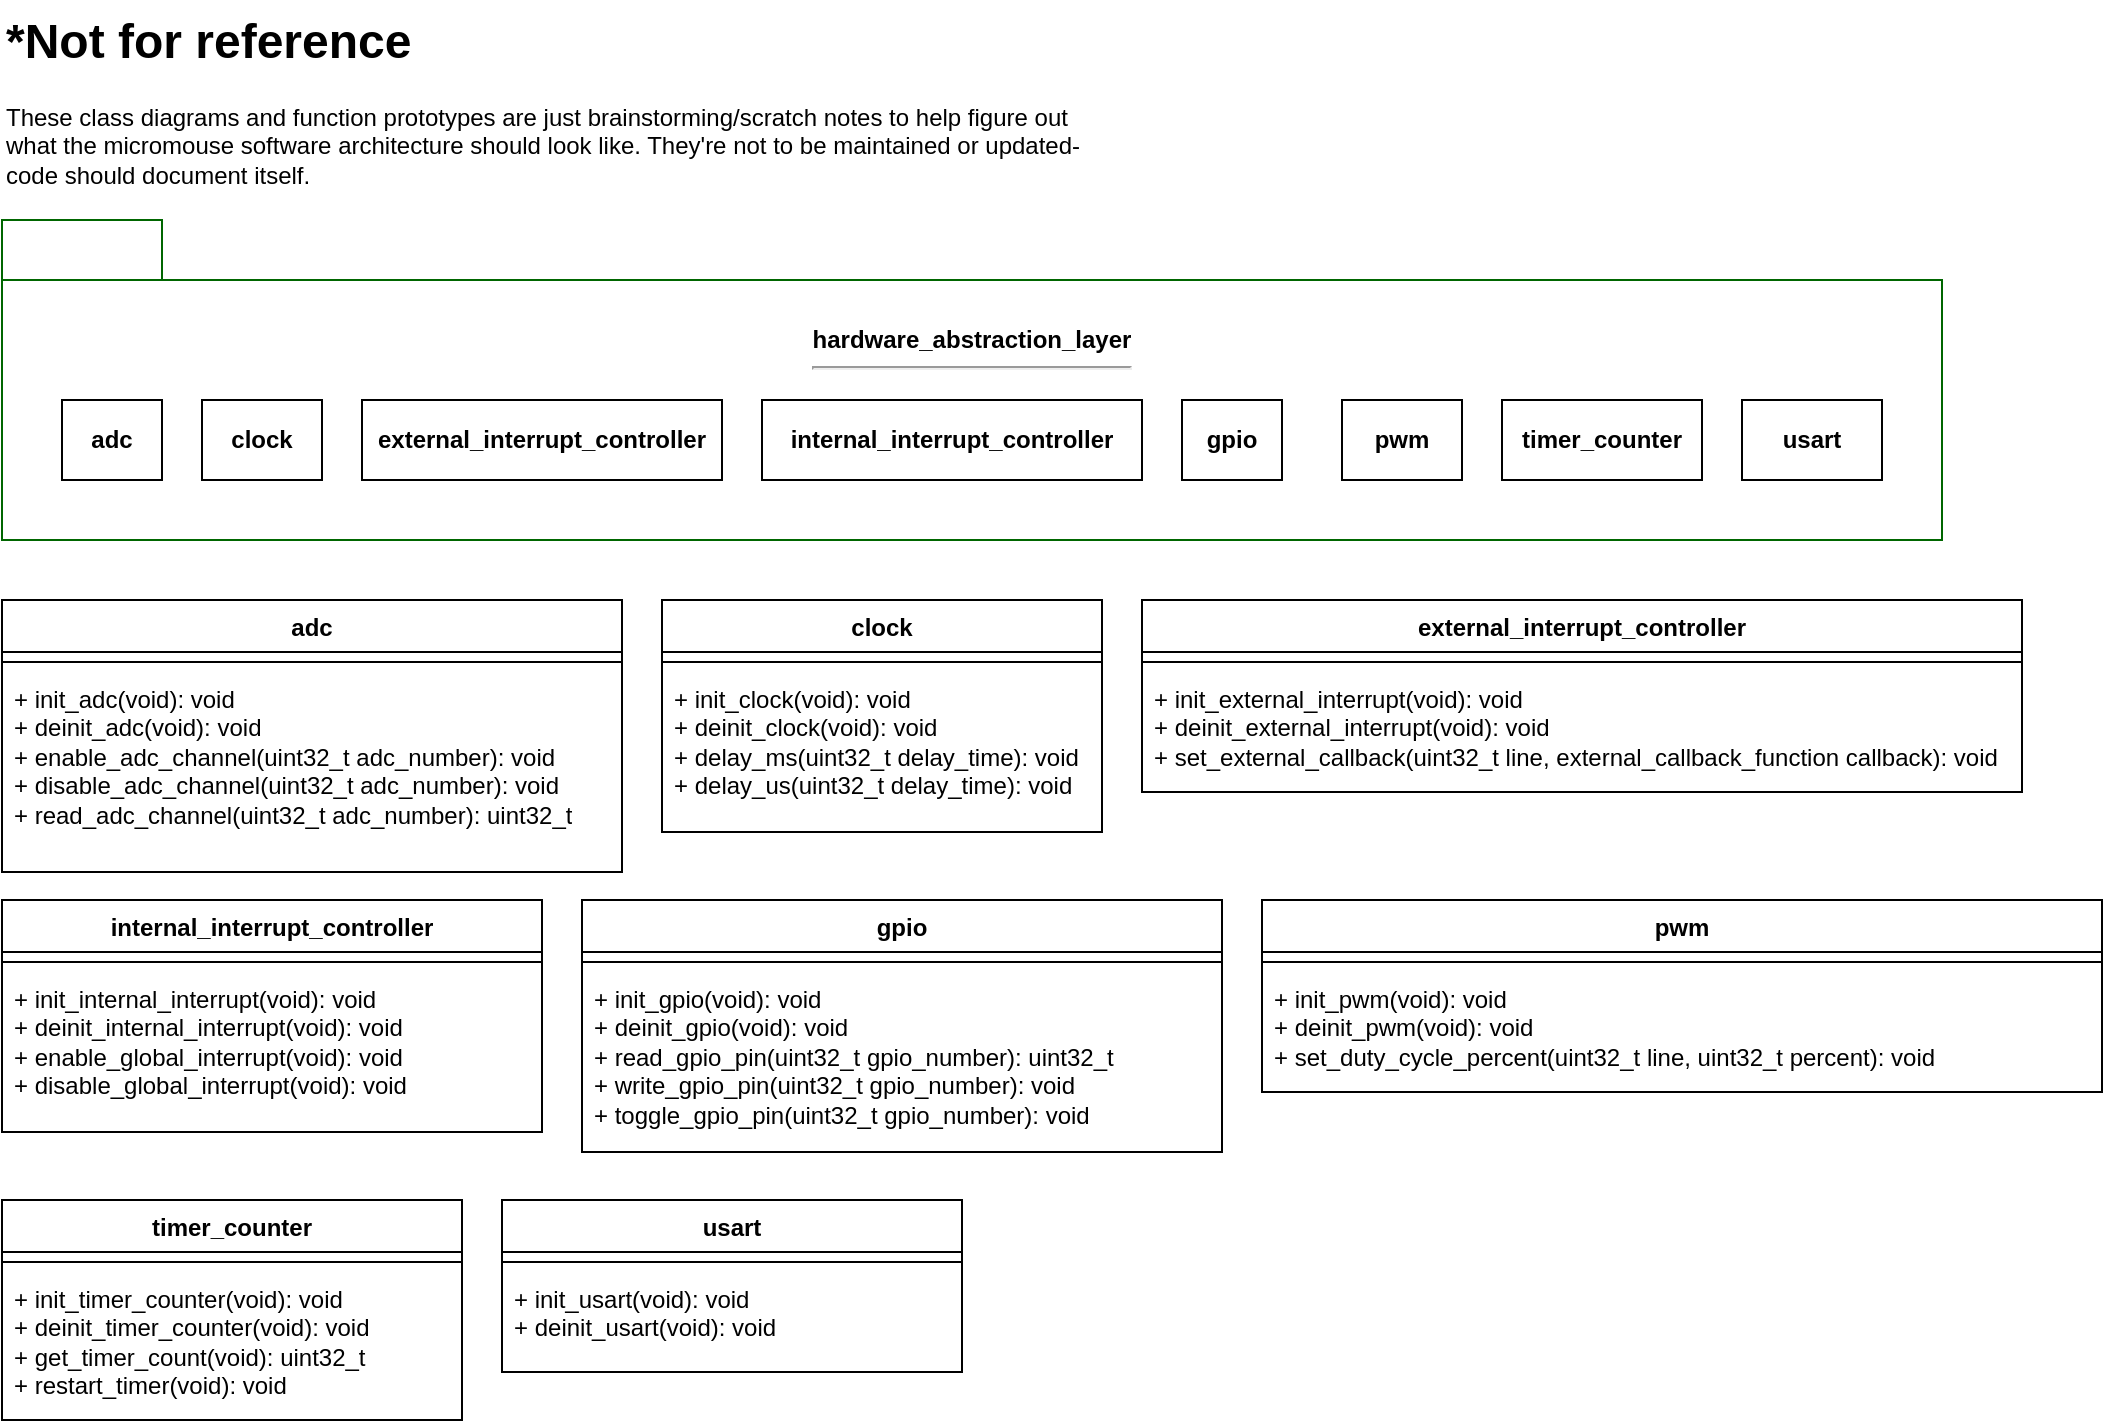
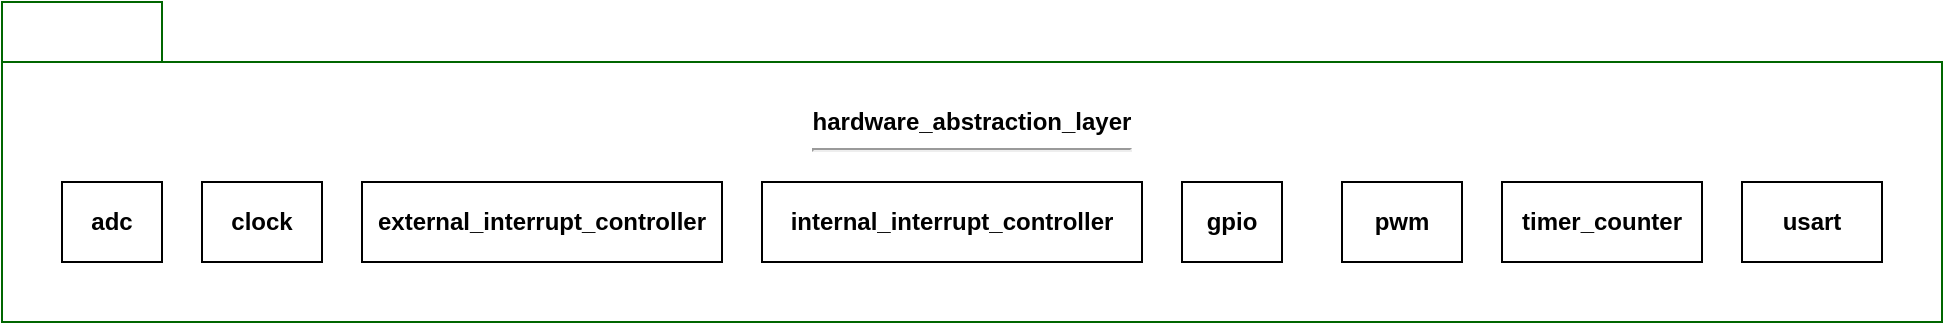
<mxfile host="Electron" agent="Mozilla/5.0 (Windows NT 10.0; Win64; x64) AppleWebKit/537.36 (KHTML, like Gecko) draw.io/29.3.0 Chrome/140.0.7339.249 Electron/38.7.2 Safari/537.36" version="29.3.0">
  <diagram name="Page-1" id="oKpc1l_Igcs4GMacKgKO">
-     <mxGraphModel dx="1042" dy="1726" grid="1" gridSize="10" guides="1" tooltips="1" connect="1" arrows="1" fold="1" page="1" pageScale="1" pageWidth="850" pageHeight="1100" math="0" shadow="0">
+     <mxGraphModel dx="1042" dy="626" grid="1" gridSize="10" guides="1" tooltips="1" connect="1" arrows="1" fold="1" page="1" pageScale="1" pageWidth="850" pageHeight="1100" math="0" shadow="0">
      <root>
        <mxCell id="0" />
        <mxCell id="1" parent="0" />
        <mxCell id="VA4gKk7P2Ic-5W_0SB8y-11" parent="1" style="shape=folder;fontStyle=1;tabWidth=80;tabHeight=30;tabPosition=left;html=1;boundedLbl=1;whiteSpace=wrap;strokeColor=#006600;" value="&lt;div&gt;hardware_abstraction_layer&lt;/div&gt;&lt;div&gt;&lt;hr&gt;&lt;br&gt;&lt;/div&gt;&lt;div&gt;&lt;br&gt;&lt;/div&gt;&lt;div&gt;&lt;br&gt;&lt;/div&gt;&lt;div&gt;&lt;br&gt;&lt;/div&gt;" vertex="1">
          <mxGeometry height="160" width="970" x="80" y="80" as="geometry" />
        </mxCell>
        <mxCell id="VA4gKk7P2Ic-5W_0SB8y-12" parent="1" style="rounded=0;whiteSpace=wrap;html=1;" value="&lt;b&gt;adc&lt;/b&gt;" vertex="1">
          <mxGeometry height="40" width="50" x="110" y="170" as="geometry" />
        </mxCell>
        <mxCell id="VA4gKk7P2Ic-5W_0SB8y-13" parent="1" style="rounded=0;whiteSpace=wrap;html=1;" value="&lt;b&gt;clock&lt;/b&gt;" vertex="1">
          <mxGeometry height="40" width="60" x="180" y="170" as="geometry" />
        </mxCell>
        <mxCell id="VA4gKk7P2Ic-5W_0SB8y-14" parent="1" style="rounded=0;whiteSpace=wrap;html=1;" value="&lt;b&gt;external_interrupt_controller&lt;/b&gt;" vertex="1">
          <mxGeometry height="40" width="180" x="260" y="170" as="geometry" />
        </mxCell>
        <mxCell id="VA4gKk7P2Ic-5W_0SB8y-15" parent="1" style="rounded=0;whiteSpace=wrap;html=1;" value="&lt;b&gt;internal_interrupt_controller&lt;/b&gt;" vertex="1">
          <mxGeometry height="40" width="190" x="460" y="170" as="geometry" />
        </mxCell>
        <mxCell id="VA4gKk7P2Ic-5W_0SB8y-16" parent="1" style="rounded=0;whiteSpace=wrap;html=1;" value="&lt;b&gt;gpio&lt;/b&gt;" vertex="1">
          <mxGeometry height="40" width="50" x="670" y="170" as="geometry" />
        </mxCell>
        <mxCell id="VA4gKk7P2Ic-5W_0SB8y-17" parent="1" style="rounded=0;whiteSpace=wrap;html=1;" value="&lt;b&gt;pwm&lt;/b&gt;" vertex="1">
          <mxGeometry height="40" width="60" x="750" y="170" as="geometry" />
        </mxCell>
        <mxCell id="VA4gKk7P2Ic-5W_0SB8y-18" parent="1" style="rounded=0;whiteSpace=wrap;html=1;" value="&lt;b&gt;usart&lt;/b&gt;" vertex="1">
          <mxGeometry height="40" width="70" x="950" y="170" as="geometry" />
        </mxCell>
        <mxCell id="VA4gKk7P2Ic-5W_0SB8y-19" parent="1" style="rounded=0;whiteSpace=wrap;html=1;" value="&lt;b&gt;timer_counter&lt;/b&gt;" vertex="1">
          <mxGeometry height="40" width="100" x="830" y="170" as="geometry" />
        </mxCell>
        <mxCell id="VA4gKk7P2Ic-5W_0SB8y-20" edge="1" parent="1" source="VA4gKk7P2Ic-5W_0SB8y-13" style="edgeStyle=orthogonalEdgeStyle;rounded=0;orthogonalLoop=1;jettySize=auto;html=1;exitX=0.5;exitY=1;exitDx=0;exitDy=0;" target="VA4gKk7P2Ic-5W_0SB8y-13">
          <mxGeometry relative="1" as="geometry" />
        </mxCell>
-         <mxCell id="qFmJLVRTqTorrICbb9q3-8" parent="1" style="swimlane;fontStyle=1;align=center;verticalAlign=top;childLayout=stackLayout;horizontal=1;startSize=26;horizontalStack=0;resizeParent=1;resizeParentMax=0;resizeLast=0;collapsible=1;marginBottom=0;whiteSpace=wrap;html=1;" value="adc" vertex="1">
-           <mxGeometry height="136" width="310" x="80" y="270" as="geometry">
-             <mxRectangle height="30" width="60" x="80" y="270" as="alternateBounds" />
-           </mxGeometry>
-         </mxCell>
-         <mxCell id="qFmJLVRTqTorrICbb9q3-10" parent="qFmJLVRTqTorrICbb9q3-8" style="line;strokeWidth=1;fillColor=none;align=left;verticalAlign=middle;spacingTop=-1;spacingLeft=3;spacingRight=3;rotatable=0;labelPosition=right;points=[];portConstraint=eastwest;strokeColor=inherit;" value="" vertex="1">
-           <mxGeometry height="10" width="310" y="26" as="geometry" />
-         </mxCell>
-         <mxCell id="qFmJLVRTqTorrICbb9q3-11" parent="qFmJLVRTqTorrICbb9q3-8" style="text;strokeColor=none;fillColor=none;align=left;verticalAlign=top;spacingLeft=4;spacingRight=4;overflow=hidden;rotatable=0;points=[[0,0.5],[1,0.5]];portConstraint=eastwest;whiteSpace=wrap;html=1;" value="+ init_adc(void): void&lt;div&gt;+ deinit_adc(void): void&lt;br&gt;&lt;div&gt;+ enable_adc_channel(uint32_t adc_number): void&lt;/div&gt;&lt;div&gt;+ disable_adc_channel(uint32_t adc_number): void&lt;/div&gt;&lt;div&gt;+ read_adc_channel(uint32_t adc_number): uint32_t&lt;/div&gt;&lt;/div&gt;" vertex="1">
-           <mxGeometry height="100" width="310" y="36" as="geometry" />
-         </mxCell>
-         <mxCell id="qFmJLVRTqTorrICbb9q3-12" parent="1" style="swimlane;fontStyle=1;align=center;verticalAlign=top;childLayout=stackLayout;horizontal=1;startSize=26;horizontalStack=0;resizeParent=1;resizeParentMax=0;resizeLast=0;collapsible=1;marginBottom=0;whiteSpace=wrap;html=1;" value="clock" vertex="1">
-           <mxGeometry height="116" width="220" x="410" y="270" as="geometry" />
-         </mxCell>
-         <mxCell id="qFmJLVRTqTorrICbb9q3-13" parent="qFmJLVRTqTorrICbb9q3-12" style="line;strokeWidth=1;fillColor=none;align=left;verticalAlign=middle;spacingTop=-1;spacingLeft=3;spacingRight=3;rotatable=0;labelPosition=right;points=[];portConstraint=eastwest;strokeColor=inherit;" value="" vertex="1">
-           <mxGeometry height="10" width="220" y="26" as="geometry" />
-         </mxCell>
-         <mxCell id="qFmJLVRTqTorrICbb9q3-14" parent="qFmJLVRTqTorrICbb9q3-12" style="text;strokeColor=none;fillColor=none;align=left;verticalAlign=top;spacingLeft=4;spacingRight=4;overflow=hidden;rotatable=0;points=[[0,0.5],[1,0.5]];portConstraint=eastwest;whiteSpace=wrap;html=1;" value="+ init_clock(void): void&lt;div&gt;+ deinit_clock(void): void&lt;br&gt;&lt;div&gt;+ delay_ms(uint32_t delay_time): void&lt;/div&gt;&lt;/div&gt;&lt;div&gt;+ delay_us(uint32_t delay_time): void&lt;/div&gt;" vertex="1">
-           <mxGeometry height="80" width="220" y="36" as="geometry" />
-         </mxCell>
-         <mxCell id="qFmJLVRTqTorrICbb9q3-15" parent="1" style="swimlane;fontStyle=1;align=center;verticalAlign=top;childLayout=stackLayout;horizontal=1;startSize=26;horizontalStack=0;resizeParent=1;resizeParentMax=0;resizeLast=0;collapsible=1;marginBottom=0;whiteSpace=wrap;html=1;" value="external_interrupt_controller" vertex="1">
-           <mxGeometry height="96" width="440" x="650" y="270" as="geometry" />
-         </mxCell>
-         <mxCell id="qFmJLVRTqTorrICbb9q3-16" parent="qFmJLVRTqTorrICbb9q3-15" style="line;strokeWidth=1;fillColor=none;align=left;verticalAlign=middle;spacingTop=-1;spacingLeft=3;spacingRight=3;rotatable=0;labelPosition=right;points=[];portConstraint=eastwest;strokeColor=inherit;" value="" vertex="1">
-           <mxGeometry height="10" width="440" y="26" as="geometry" />
-         </mxCell>
-         <mxCell id="qFmJLVRTqTorrICbb9q3-17" parent="qFmJLVRTqTorrICbb9q3-15" style="text;strokeColor=none;fillColor=none;align=left;verticalAlign=top;spacingLeft=4;spacingRight=4;overflow=hidden;rotatable=0;points=[[0,0.5],[1,0.5]];portConstraint=eastwest;whiteSpace=wrap;html=1;" value="+ init_external_interrupt(void): void&lt;div&gt;+ deinit_external_interrupt(void): void&lt;/div&gt;&lt;div&gt;+ set_external_callback(&lt;span style=&quot;background-color: transparent;&quot;&gt;uint32_t line,&amp;nbsp;&lt;/span&gt;&lt;span style=&quot;background-color: transparent; color: light-dark(rgb(0, 0, 0), rgb(255, 255, 255));&quot;&gt;external_callback_function callback&lt;/span&gt;&lt;span style=&quot;background-color: transparent; color: light-dark(rgb(0, 0, 0), rgb(255, 255, 255));&quot;&gt;): void&lt;/span&gt;&lt;/div&gt;" vertex="1">
-           <mxGeometry height="60" width="440" y="36" as="geometry" />
-         </mxCell>
-         <mxCell id="qFmJLVRTqTorrICbb9q3-18" parent="1" style="swimlane;fontStyle=1;align=center;verticalAlign=top;childLayout=stackLayout;horizontal=1;startSize=26;horizontalStack=0;resizeParent=1;resizeParentMax=0;resizeLast=0;collapsible=1;marginBottom=0;whiteSpace=wrap;html=1;" value="internal_interrupt_controller" vertex="1">
-           <mxGeometry height="116" width="270" x="80" y="420" as="geometry" />
-         </mxCell>
-         <mxCell id="qFmJLVRTqTorrICbb9q3-19" parent="qFmJLVRTqTorrICbb9q3-18" style="line;strokeWidth=1;fillColor=none;align=left;verticalAlign=middle;spacingTop=-1;spacingLeft=3;spacingRight=3;rotatable=0;labelPosition=right;points=[];portConstraint=eastwest;strokeColor=inherit;" value="" vertex="1">
-           <mxGeometry height="10" width="270" y="26" as="geometry" />
-         </mxCell>
-         <mxCell id="qFmJLVRTqTorrICbb9q3-20" parent="qFmJLVRTqTorrICbb9q3-18" style="text;strokeColor=none;fillColor=none;align=left;verticalAlign=top;spacingLeft=4;spacingRight=4;overflow=hidden;rotatable=0;points=[[0,0.5],[1,0.5]];portConstraint=eastwest;whiteSpace=wrap;html=1;" value="+ init_internal_interrupt(void): void&lt;div&gt;+ deinit_internal_interrupt(void): void&lt;br&gt;&lt;div&gt;+ enable_global_interrupt(void): void&lt;/div&gt;&lt;/div&gt;&lt;div&gt;+&amp;nbsp;&lt;span style=&quot;background-color: transparent; color: light-dark(rgb(0, 0, 0), rgb(255, 255, 255));&quot;&gt;disable_global_interrupt(void): void&lt;/span&gt;&lt;/div&gt;" vertex="1">
-           <mxGeometry height="80" width="270" y="36" as="geometry" />
-         </mxCell>
-         <mxCell id="qFmJLVRTqTorrICbb9q3-21" parent="1" style="swimlane;fontStyle=1;align=center;verticalAlign=top;childLayout=stackLayout;horizontal=1;startSize=26;horizontalStack=0;resizeParent=1;resizeParentMax=0;resizeLast=0;collapsible=1;marginBottom=0;whiteSpace=wrap;html=1;" value="gpio" vertex="1">
-           <mxGeometry height="126" width="320" x="370" y="420" as="geometry">
-             <mxRectangle height="30" width="60" x="370" y="420" as="alternateBounds" />
-           </mxGeometry>
-         </mxCell>
-         <mxCell id="qFmJLVRTqTorrICbb9q3-22" parent="qFmJLVRTqTorrICbb9q3-21" style="line;strokeWidth=1;fillColor=none;align=left;verticalAlign=middle;spacingTop=-1;spacingLeft=3;spacingRight=3;rotatable=0;labelPosition=right;points=[];portConstraint=eastwest;strokeColor=inherit;" value="" vertex="1">
-           <mxGeometry height="10" width="320" y="26" as="geometry" />
-         </mxCell>
-         <mxCell id="qFmJLVRTqTorrICbb9q3-23" parent="qFmJLVRTqTorrICbb9q3-21" style="text;strokeColor=none;fillColor=none;align=left;verticalAlign=top;spacingLeft=4;spacingRight=4;overflow=hidden;rotatable=0;points=[[0,0.5],[1,0.5]];portConstraint=eastwest;whiteSpace=wrap;html=1;" value="+ init_gpio(void): void&lt;div&gt;+ deinit_gpio(void): void&lt;br&gt;&lt;div&gt;+ read_gpio_pin(uint32_t gpio_number): uint32_t&lt;/div&gt;&lt;/div&gt;&lt;div&gt;+&amp;nbsp;&lt;span style=&quot;background-color: transparent; color: light-dark(rgb(0, 0, 0), rgb(255, 255, 255));&quot;&gt;write_gpio_pin(&lt;/span&gt;uint32_t gpio_number&lt;span style=&quot;background-color: transparent; color: light-dark(rgb(0, 0, 0), rgb(255, 255, 255));&quot;&gt;): void&lt;/span&gt;&lt;/div&gt;&lt;div&gt;&lt;span style=&quot;background-color: transparent; color: light-dark(rgb(0, 0, 0), rgb(255, 255, 255));&quot;&gt;+ toggle_gpio_pin(uint32_t gpio_number): void&lt;/span&gt;&lt;/div&gt;" vertex="1">
-           <mxGeometry height="90" width="320" y="36" as="geometry" />
-         </mxCell>
-         <mxCell id="qFmJLVRTqTorrICbb9q3-24" parent="1" style="swimlane;fontStyle=1;align=center;verticalAlign=top;childLayout=stackLayout;horizontal=1;startSize=26;horizontalStack=0;resizeParent=1;resizeParentMax=0;resizeLast=0;collapsible=1;marginBottom=0;whiteSpace=wrap;html=1;" value="pwm" vertex="1">
-           <mxGeometry height="96" width="420" x="710" y="420" as="geometry" />
-         </mxCell>
-         <mxCell id="qFmJLVRTqTorrICbb9q3-25" parent="qFmJLVRTqTorrICbb9q3-24" style="line;strokeWidth=1;fillColor=none;align=left;verticalAlign=middle;spacingTop=-1;spacingLeft=3;spacingRight=3;rotatable=0;labelPosition=right;points=[];portConstraint=eastwest;strokeColor=inherit;" value="" vertex="1">
-           <mxGeometry height="10" width="420" y="26" as="geometry" />
-         </mxCell>
-         <mxCell id="qFmJLVRTqTorrICbb9q3-26" parent="qFmJLVRTqTorrICbb9q3-24" style="text;strokeColor=none;fillColor=none;align=left;verticalAlign=top;spacingLeft=4;spacingRight=4;overflow=hidden;rotatable=0;points=[[0,0.5],[1,0.5]];portConstraint=eastwest;whiteSpace=wrap;html=1;" value="+ init_pwm(void): void&lt;div&gt;+ deinit_pwm(void): void&lt;br&gt;&lt;div&gt;+ set_duty_cycle_percent(uint32_t line, uint32_t percent): void&lt;/div&gt;&lt;/div&gt;" vertex="1">
-           <mxGeometry height="60" width="420" y="36" as="geometry" />
-         </mxCell>
-         <mxCell id="qFmJLVRTqTorrICbb9q3-27" parent="1" style="swimlane;fontStyle=1;align=center;verticalAlign=top;childLayout=stackLayout;horizontal=1;startSize=26;horizontalStack=0;resizeParent=1;resizeParentMax=0;resizeLast=0;collapsible=1;marginBottom=0;whiteSpace=wrap;html=1;" value="timer_counter" vertex="1">
-           <mxGeometry height="110" width="230" x="80" y="570" as="geometry" />
-         </mxCell>
-         <mxCell id="qFmJLVRTqTorrICbb9q3-28" parent="qFmJLVRTqTorrICbb9q3-27" style="line;strokeWidth=1;fillColor=none;align=left;verticalAlign=middle;spacingTop=-1;spacingLeft=3;spacingRight=3;rotatable=0;labelPosition=right;points=[];portConstraint=eastwest;strokeColor=inherit;" value="" vertex="1">
-           <mxGeometry height="10" width="230" y="26" as="geometry" />
-         </mxCell>
-         <mxCell id="qFmJLVRTqTorrICbb9q3-29" parent="qFmJLVRTqTorrICbb9q3-27" style="text;strokeColor=none;fillColor=none;align=left;verticalAlign=top;spacingLeft=4;spacingRight=4;overflow=hidden;rotatable=0;points=[[0,0.5],[1,0.5]];portConstraint=eastwest;whiteSpace=wrap;html=1;" value="+ init_timer_counter(void): void&lt;div&gt;+ deinit_timer_counter(void): void&lt;/div&gt;&lt;div&gt;+ get_timer_count(void): uint32_t&lt;/div&gt;&lt;div&gt;+ restart_timer(void): void&lt;/div&gt;" vertex="1">
-           <mxGeometry height="74" width="230" y="36" as="geometry" />
-         </mxCell>
-         <mxCell id="qFmJLVRTqTorrICbb9q3-30" parent="1" style="swimlane;fontStyle=1;align=center;verticalAlign=top;childLayout=stackLayout;horizontal=1;startSize=26;horizontalStack=0;resizeParent=1;resizeParentMax=0;resizeLast=0;collapsible=1;marginBottom=0;whiteSpace=wrap;html=1;" value="usart" vertex="1">
-           <mxGeometry height="86" width="230" x="330" y="570" as="geometry" />
-         </mxCell>
-         <mxCell id="qFmJLVRTqTorrICbb9q3-31" parent="qFmJLVRTqTorrICbb9q3-30" style="line;strokeWidth=1;fillColor=none;align=left;verticalAlign=middle;spacingTop=-1;spacingLeft=3;spacingRight=3;rotatable=0;labelPosition=right;points=[];portConstraint=eastwest;strokeColor=inherit;" value="" vertex="1">
-           <mxGeometry height="10" width="230" y="26" as="geometry" />
-         </mxCell>
-         <mxCell id="qFmJLVRTqTorrICbb9q3-32" parent="qFmJLVRTqTorrICbb9q3-30" style="text;strokeColor=none;fillColor=none;align=left;verticalAlign=top;spacingLeft=4;spacingRight=4;overflow=hidden;rotatable=0;points=[[0,0.5],[1,0.5]];portConstraint=eastwest;whiteSpace=wrap;html=1;" value="+ init_usart(void): void&lt;div&gt;+ deinit_usart(void): void&lt;/div&gt;" vertex="1">
-           <mxGeometry height="50" width="230" y="36" as="geometry" />
-         </mxCell>
-         <mxCell id="R8j9whzwC21aobDTjVQO-1" parent="1" style="text;html=1;whiteSpace=wrap;overflow=hidden;rounded=0;" value="&lt;h1 style=&quot;margin-top: 0px;&quot;&gt;*Not for reference&lt;/h1&gt;&lt;p&gt;These class diagrams and function prototypes are just brainstorming/scratch notes to help figure out what the micromouse software architecture should look like. They&#39;re not to be maintained or updated- code should document itself.&lt;/p&gt;" vertex="1">
-           <mxGeometry height="100" width="560" x="80" y="-30" as="geometry" />
-         </mxCell>
      </root>
    </mxGraphModel>
  </diagram>
</mxfile>
